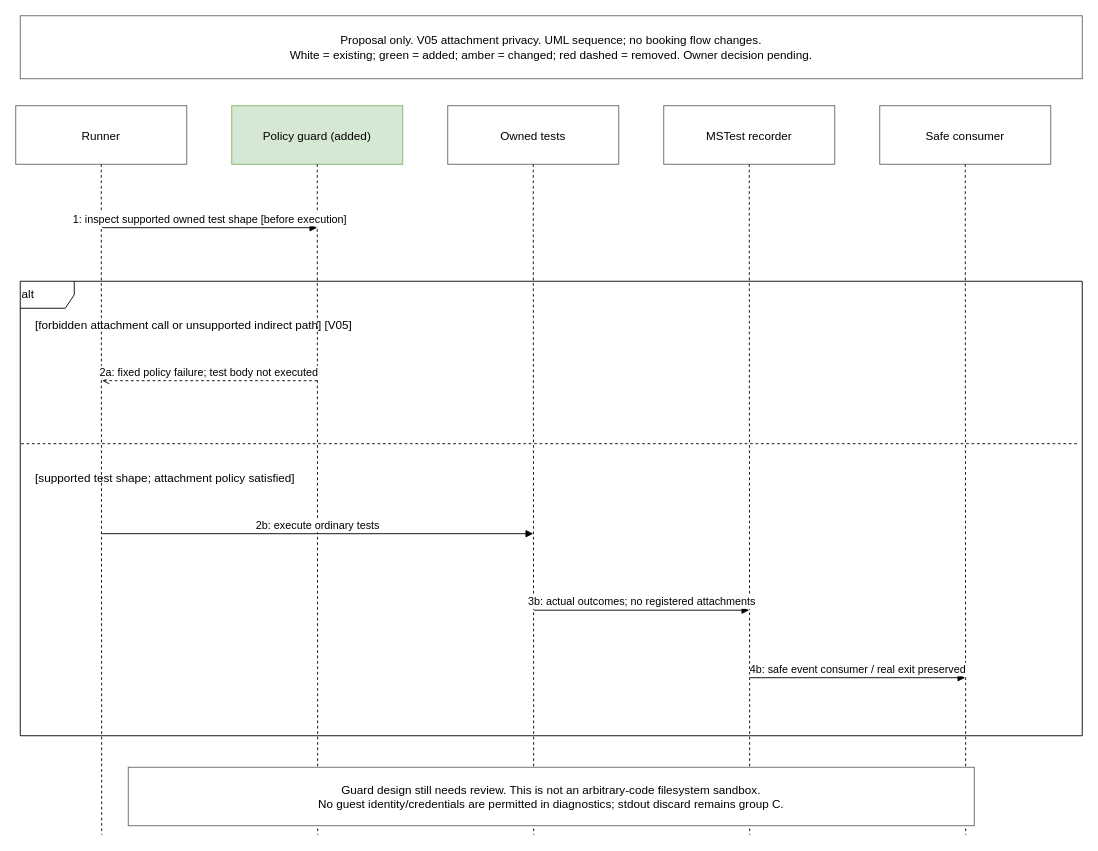
The draw.io diagram page "After approved amendment: UML sequence" (2 of 2) of diagrams/006-layered-testing-verification/attachment-policy-proposal.drawio in IgnatovichStanislav/checkin-booking, before the edit. Source tidied: cells renumbered, new cells numbered last; positions are measured from the earlier drawing's top-left corner, leaving out a move shared by most shapes. Both pictures are drawn from the tidied source at 90%, with x=0, y=0 at pixel (15, 15).
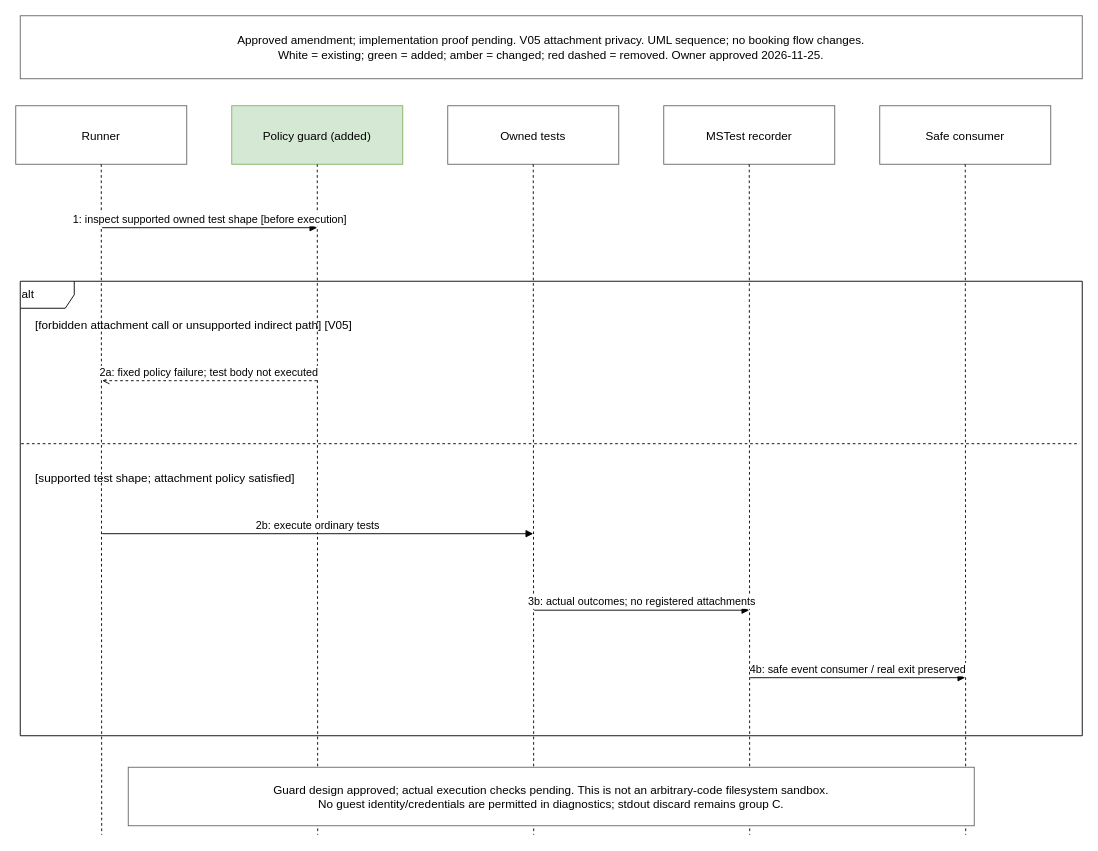
The same page after the edit.

Commit message (it also covers changes not shown here):
plan(006): approve pre-execution attachment policy

The edit, as a diff of the source:
```diff
@@
-    <mxCell id="2" value="Proposal only. V05 attachment privacy. UML sequence; no booking flow changes.&#10;White = existing; green = added; amber = changed; red dashed = removed. Owner decision pending." style="rounded=0;whiteSpace=wrap;html=0;fillColor=#ffffff;strokeColor=#666666;fontSize=13;" parent="1" vertex="1">
+    <mxCell id="2" value="Approved amendment; implementation proof pending. V05 attachment privacy. UML sequence; no booking flow changes.&#10;White = existing; green = added; amber = changed; red dashed = removed. Owner approved 2026-11-25." style="rounded=0;whiteSpace=wrap;html=0;fillColor=#ffffff;strokeColor=#666666;fontSize=13;" parent="1" vertex="1">
       <mxGeometry x="5" width="1180" height="70" as="geometry" />
     </mxCell>
@@
-    <mxCell id="37" value="Guard design still needs review. This is not an arbitrary-code filesystem sandbox.&#10;No guest identity/credentials are permitted in diagnostics; stdout discard remains group C." style="rounded=0;whiteSpace=wrap;html=0;fillColor=#ffffff;strokeColor=#666666;fontSize=13;" parent="1" vertex="1">
+    <mxCell id="37" value="Guard design approved; actual execution checks pending. This is not an arbitrary-code filesystem sandbox.&#10;No guest identity/credentials are permitted in diagnostics; stdout discard remains group C." style="rounded=0;whiteSpace=wrap;html=0;fillColor=#ffffff;strokeColor=#666666;fontSize=13;" parent="1" vertex="1">
       <mxGeometry x="125" y="835" width="940" height="65" as="geometry" />
     </mxCell>
```
